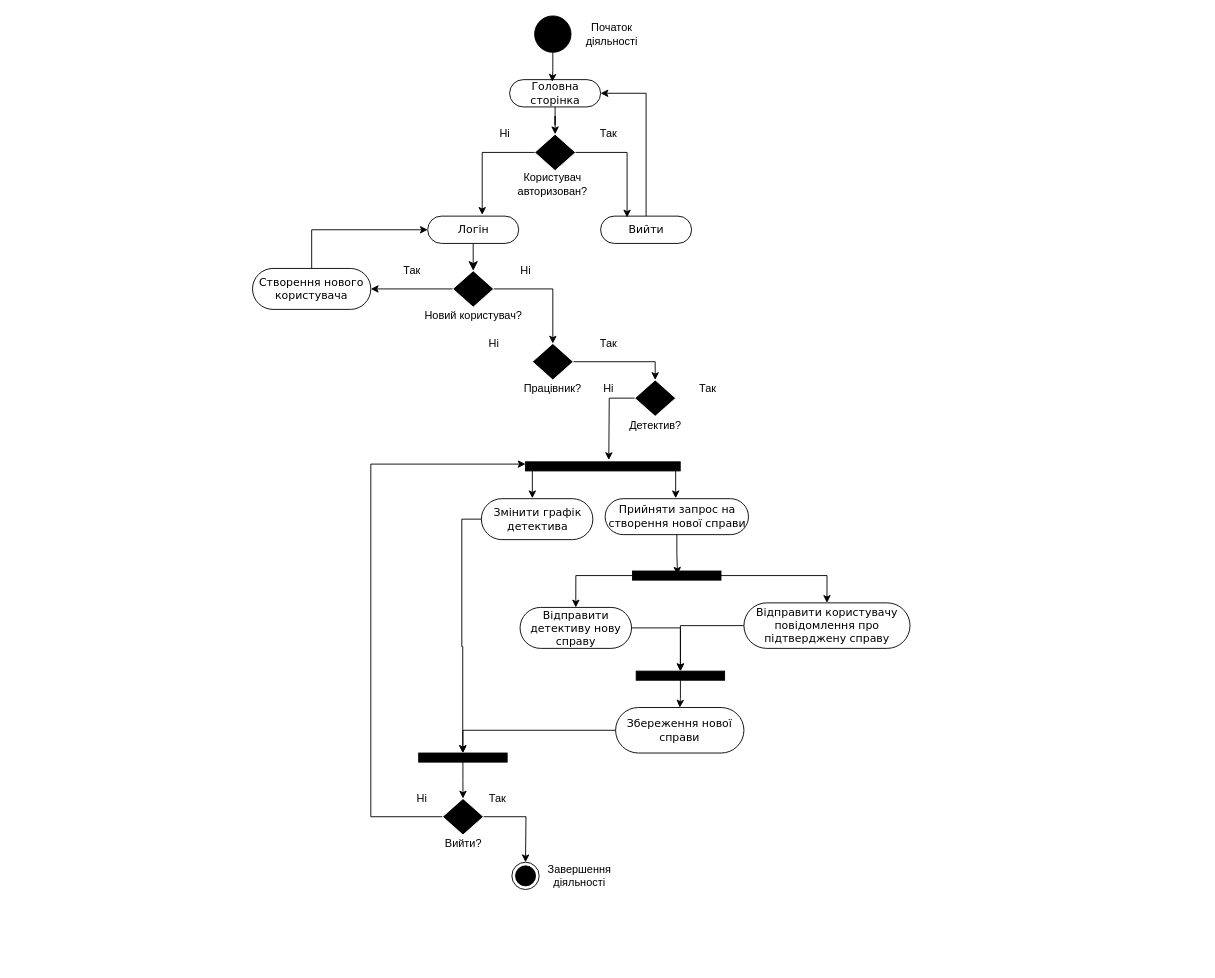
Above: Діаграма без назви.drawio in Blaxwo/detective_agency (draw.io), before the change. Source tidied: cells renumbered, new cells numbered last; positions are measured from the earlier drawing's top-left corner, leaving out a move shared by most shapes. Both pictures are drawn from the tidied source at 91%, with x=0, y=0 at pixel (252, 15).
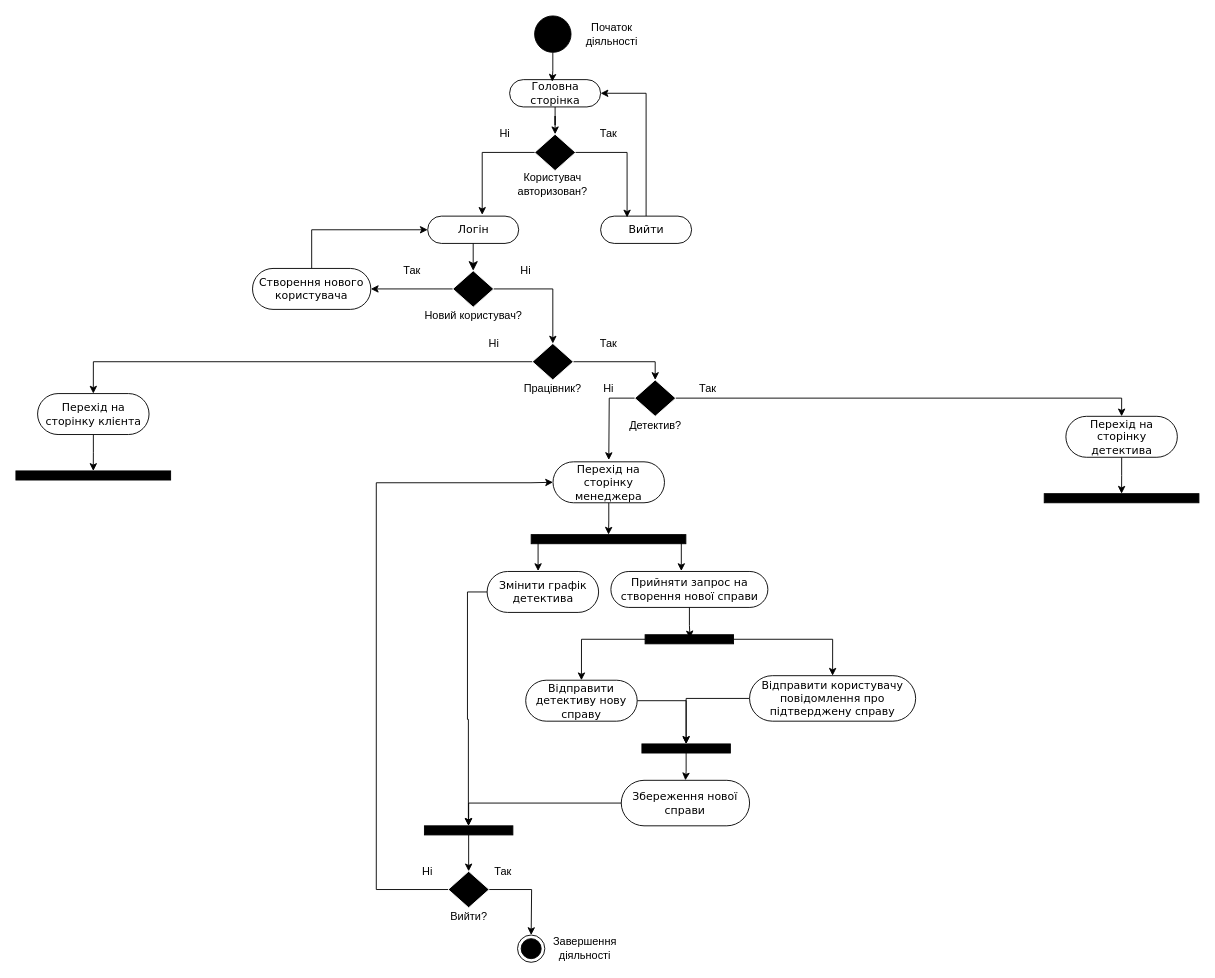
Above is the later version.

Unchanged cells that the change refers to:
```xml
<mxCell id="24" style="rhombus;whiteSpace=wrap;html=1;fillColor=#000000;strokeColor=#FFFFFF;" parent="1" vertex="1">
  <mxGeometry x="307.5" y="360" width="45" height="40" as="geometry" />
</mxCell>
<mxCell id="31" style="rhombus;whiteSpace=wrap;html=1;fillColor=#000000;strokeColor=#FFFFFF;" parent="1" vertex="1">
  <mxGeometry x="420" y="400" width="45" height="40" as="geometry" />
</mxCell>
```

What changed in the source:
```diff
@@
     <mxCell id="4" style="whiteSpace=wrap;html=1;rounded=0;shadow=0;comic=0;labelBackgroundColor=none;strokeWidth=1;fillColor=#000000;fontFamily=Verdana;fontSize=12;align=center;rotation=0;" parent="1" vertex="1">
-      <mxGeometry x="417.6" y="610" width="97.2" height="10" as="geometry" />
+      <mxGeometry x="431.4" y="680" width="97.2" height="10" as="geometry" />
     </mxCell>
@@
+    <mxCell id="63" style="edgeStyle=orthogonalEdgeStyle;rounded=0;jettySize=auto;html=1;entryX=0.5;entryY=0;entryDx=0;entryDy=0;" parent="1" edge="1" source="24" target="69">
+      <mxGeometry relative="1" as="geometry" />
+    </mxCell>
@@
+    <mxCell id="64" style="edgeStyle=orthogonalEdgeStyle;rounded=0;jettySize=auto;html=1;exitX=1;exitY=0.5;exitDx=0;exitDy=0;entryX=0.5;entryY=0;entryDx=0;entryDy=0;" parent="1" edge="1" source="31" target="72">
+      <mxGeometry relative="1" as="geometry" />
+    </mxCell>
@@
     <mxCell id="37" style="endArrow=classic;html=1;rounded=0;" parent="1" edge="1">
       <mxGeometry relative="1" as="geometry">
-        <mxPoint x="307.5" y="490" as="sourcePoint" />
-        <mxPoint x="307.5" y="530" as="targetPoint" />
+        <mxPoint x="313.8" y="570" as="sourcePoint" />
+        <mxPoint x="313.8" y="610" as="targetPoint" />
       </mxGeometry>
     </mxCell>
     <mxCell id="38" style="endArrow=classic;html=1;rounded=0;" parent="1" edge="1">
       <mxGeometry relative="1" as="geometry">
-        <mxPoint x="465" y="490" as="sourcePoint" />
-        <mxPoint x="465" y="530" as="targetPoint" />
+        <mxPoint x="471.2" y="570" as="sourcePoint" />
+        <mxPoint x="471.2" y="610" as="targetPoint" />
       </mxGeometry>
     </mxCell>
     <mxCell id="39" value="Прийняти запрос на створення нової справи" style="rounded=1;whiteSpace=wrap;html=1;shadow=0;comic=0;labelBackgroundColor=none;strokeWidth=1;fontFamily=Verdana;fontSize=12;align=center;arcSize=50;" parent="1" vertex="1">
-      <mxGeometry x="387.5" y="530.5" width="157.5" height="39.5" as="geometry" />
+      <mxGeometry x="393.8" y="610.5" width="172.5" height="39.5" as="geometry" />
     </mxCell>
     <mxCell id="40" style="edgeStyle=orthogonalEdgeStyle;rounded=0;jettySize=auto;html=1;" parent="1" edge="1" source="41" target="57">
       <mxGeometry relative="1" as="geometry">
         <Array as="points">
-          <mxPoint x="230" y="553" />
-          <mxPoint x="230" y="693" />
-          <mxPoint x="231" y="693" />
+          <mxPoint x="236.2" y="633" />
+          <mxPoint x="236.2" y="773" />
+          <mxPoint x="237.2" y="773" />
         </Array>
       </mxGeometry>
     </mxCell>
     <mxCell id="41" value="Змінити графік детектива" style="rounded=1;whiteSpace=wrap;html=1;shadow=0;comic=0;labelBackgroundColor=none;strokeWidth=1;fontFamily=Verdana;fontSize=12;align=center;arcSize=50;" parent="1" vertex="1">
-      <mxGeometry x="251.5" y="530.5" width="122.5" height="45" as="geometry" />
+      <mxGeometry x="257.8" y="610.5" width="122.5" height="45" as="geometry" />
     </mxCell>
@@
     <mxCell id="43" value="Відправити детективу нову справу" style="rounded=1;whiteSpace=wrap;html=1;shadow=0;comic=0;labelBackgroundColor=none;strokeWidth=1;fontFamily=Verdana;fontSize=12;align=center;arcSize=50;" parent="1" vertex="1">
-      <mxGeometry x="294" y="650" width="122.5" height="45" as="geometry" />
+      <mxGeometry x="300.2" y="730" width="122.5" height="45" as="geometry" />
     </mxCell>
@@
     <mxCell id="46" value="Відправити користувачу повідомлення про підтверджену справу" style="rounded=1;whiteSpace=wrap;html=1;shadow=0;comic=0;labelBackgroundColor=none;strokeWidth=1;fontFamily=Verdana;fontSize=12;align=center;arcSize=50;" parent="1" vertex="1">
-      <mxGeometry x="540" y="645" width="182.5" height="50" as="geometry" />
+      <mxGeometry x="546.2" y="725" width="182.5" height="50" as="geometry" />
     </mxCell>
@@
     <mxCell id="48" value="Збереження нової справи" style="rounded=1;whiteSpace=wrap;html=1;shadow=0;comic=0;labelBackgroundColor=none;strokeWidth=1;fontFamily=Verdana;fontSize=12;align=center;arcSize=50;" parent="1" vertex="1">
-      <mxGeometry x="399" y="760" width="141" height="50" as="geometry" />
+      <mxGeometry x="405.2" y="840" width="141" height="50" as="geometry" />
     </mxCell>
@@
     <mxCell id="50" style="whiteSpace=wrap;html=1;rounded=0;shadow=0;comic=0;labelBackgroundColor=none;strokeWidth=1;fillColor=#000000;fontFamily=Verdana;fontSize=12;align=center;rotation=0;" parent="1" vertex="1">
-      <mxGeometry x="421.6" y="720" width="97.2" height="10" as="geometry" />
+      <mxGeometry x="427.9" y="800" width="97.2" height="10" as="geometry" />
     </mxCell>
     <mxCell id="51" style="edgeStyle=orthogonalEdgeStyle;rounded=0;jettySize=auto;html=1;" parent="1" edge="1" source="53">
       <mxGeometry relative="1" as="geometry">
-        <mxPoint x="300" y="930" as="targetPoint" />
+        <mxPoint x="306.2" y="1010" as="targetPoint" />
       </mxGeometry>
     </mxCell>
-    <mxCell id="52" style="edgeStyle=orthogonalEdgeStyle;rounded=0;jettySize=auto;html=1;exitX=0;exitY=0.5;exitDx=0;exitDy=0;entryX=0;entryY=0.25;entryDx=0;entryDy=0;" parent="1" edge="1" source="53" target="55">
+    <mxCell id="52" style="edgeStyle=orthogonalEdgeStyle;rounded=0;jettySize=auto;html=1;exitX=0;exitY=0.5;exitDx=0;exitDy=0;entryX=0;entryY=0.5;entryDx=0;entryDy=0;" parent="1" edge="1" source="53" target="67">
       <mxGeometry relative="1" as="geometry">
         <Array as="points">
-          <mxPoint x="130" y="880" />
-          <mxPoint x="130" y="493" />
+          <mxPoint x="136" y="960" />
+          <mxPoint x="136" y="513" />
+          <mxPoint x="306" y="513" />
         </Array>
       </mxGeometry>
     </mxCell>
     <mxCell id="53" style="rhombus;whiteSpace=wrap;html=1;fillColor=#000000;strokeColor=#FFFFFF;" parent="1" vertex="1">
-      <mxGeometry x="208.8" y="860" width="45" height="40" as="geometry" />
+      <mxGeometry x="215" y="940" width="45" height="40" as="geometry" />
     </mxCell>
     <mxCell id="54" value="Вийти?" style="rounded=0;whiteSpace=wrap;html=1;fillColor=none;strokeColor=none;" parent="1" vertex="1">
-      <mxGeometry x="203.8" y="900" width="56.2" height="20" as="geometry" />
+      <mxGeometry x="210" y="980" width="56.2" height="20" as="geometry" />
     </mxCell>
     <mxCell id="55" style="whiteSpace=wrap;html=1;rounded=0;shadow=0;comic=0;labelBackgroundColor=none;strokeWidth=1;fillColor=#000000;fontFamily=Verdana;fontSize=12;align=center;rotation=0;" parent="1" vertex="1">
-      <mxGeometry x="300" y="490" width="170" height="10" as="geometry" />
+      <mxGeometry x="306.2" y="570" width="170" height="10" as="geometry" />
     </mxCell>
@@
     <mxCell id="57" style="whiteSpace=wrap;html=1;rounded=0;shadow=0;comic=0;labelBackgroundColor=none;strokeWidth=1;fillColor=#000000;fontFamily=Verdana;fontSize=12;align=center;rotation=0;" parent="1" vertex="1">
-      <mxGeometry x="182.6" y="810" width="97.2" height="10" as="geometry" />
+      <mxGeometry x="188.9" y="890" width="97.2" height="10" as="geometry" />
     </mxCell>
     <mxCell id="58" value="Так" style="rounded=0;whiteSpace=wrap;html=1;fillColor=none;strokeColor=none;" parent="1" vertex="1">
-      <mxGeometry x="251.5" y="850" width="35" height="20" as="geometry" />
+      <mxGeometry x="257.8" y="930" width="35" height="20" as="geometry" />
     </mxCell>
     <mxCell id="59" value="Ні" style="rounded=0;whiteSpace=wrap;html=1;fillColor=none;strokeColor=none;" parent="1" vertex="1">
-      <mxGeometry x="168.8" y="850" width="35" height="20" as="geometry" />
+      <mxGeometry x="175" y="930" width="35" height="20" as="geometry" />
     </mxCell>
     <mxCell id="60" style="ellipse;html=1;shape=endState;fillColor=#000000;strokeColor=#000000;" parent="1" vertex="1">
-      <mxGeometry x="285" y="930" width="30" height="30" as="geometry" />
+      <mxGeometry x="291.2" y="1010" width="30" height="30" as="geometry" />
     </mxCell>
@@
     <mxCell id="62" value="Завершення діяльності" style="rounded=0;whiteSpace=wrap;html=1;fillColor=none;strokeColor=none;" parent="1" vertex="1">
-      <mxGeometry x="317.5" y="930" width="82.5" height="30" as="geometry" />
+      <mxGeometry x="323.8" y="1010" width="82.5" height="30" as="geometry" />
     </mxCell>
+    <mxCell id="65" style="whiteSpace=wrap;html=1;rounded=0;shadow=0;comic=0;labelBackgroundColor=none;strokeWidth=1;fillColor=#000000;fontFamily=Verdana;fontSize=12;align=center;rotation=0;" parent="1" vertex="1">
+      <mxGeometry x="-260" y="500" width="170" height="10" as="geometry" />
+    </mxCell>
+    <mxCell id="66" style="edgeStyle=orthogonalEdgeStyle;rounded=0;jettySize=auto;html=1;entryX=0.5;entryY=0;entryDx=0;entryDy=0;" parent="1" edge="1" source="67" target="55">
+      <mxGeometry relative="1" as="geometry" />
+    </mxCell>
+    <mxCell id="67" value="Перехід на сторінку менеджера" style="rounded=1;whiteSpace=wrap;html=1;shadow=0;comic=0;labelBackgroundColor=none;strokeWidth=1;fontFamily=Verdana;fontSize=12;align=center;arcSize=50;" parent="1" vertex="1">
+      <mxGeometry x="330.2" y="490" width="122.5" height="45" as="geometry" />
+    </mxCell>
+    <mxCell id="68" style="edgeStyle=orthogonalEdgeStyle;rounded=0;jettySize=auto;html=1;entryX=0.5;entryY=0;entryDx=0;entryDy=0;" parent="1" edge="1" source="69" target="65">
+      <mxGeometry relative="1" as="geometry" />
+    </mxCell>
+    <mxCell id="69" value="Перехід на сторінку клієнта" style="rounded=1;whiteSpace=wrap;html=1;shadow=0;comic=0;labelBackgroundColor=none;strokeWidth=1;fontFamily=Verdana;fontSize=12;align=center;arcSize=50;" parent="1" vertex="1">
+      <mxGeometry x="-236.2" y="415" width="122.5" height="45" as="geometry" />
+    </mxCell>
+    <mxCell id="70" style="whiteSpace=wrap;html=1;rounded=0;shadow=0;comic=0;labelBackgroundColor=none;strokeWidth=1;fillColor=#000000;fontFamily=Verdana;fontSize=12;align=center;rotation=0;" parent="1" vertex="1">
+      <mxGeometry x="870" y="525" width="170" height="10" as="geometry" />
+    </mxCell>
+    <mxCell id="71" style="edgeStyle=orthogonalEdgeStyle;rounded=0;jettySize=auto;html=1;entryX=0.5;entryY=0;entryDx=0;entryDy=0;" parent="1" edge="1" source="72" target="70">
+      <mxGeometry relative="1" as="geometry" />
+    </mxCell>
+    <mxCell id="72" value="Перехід на сторінку детектива" style="rounded=1;whiteSpace=wrap;html=1;shadow=0;comic=0;labelBackgroundColor=none;strokeWidth=1;fontFamily=Verdana;fontSize=12;align=center;arcSize=50;" parent="1" vertex="1">
+      <mxGeometry x="893.8" y="440" width="122.5" height="45" as="geometry" />
+    </mxCell>
```
